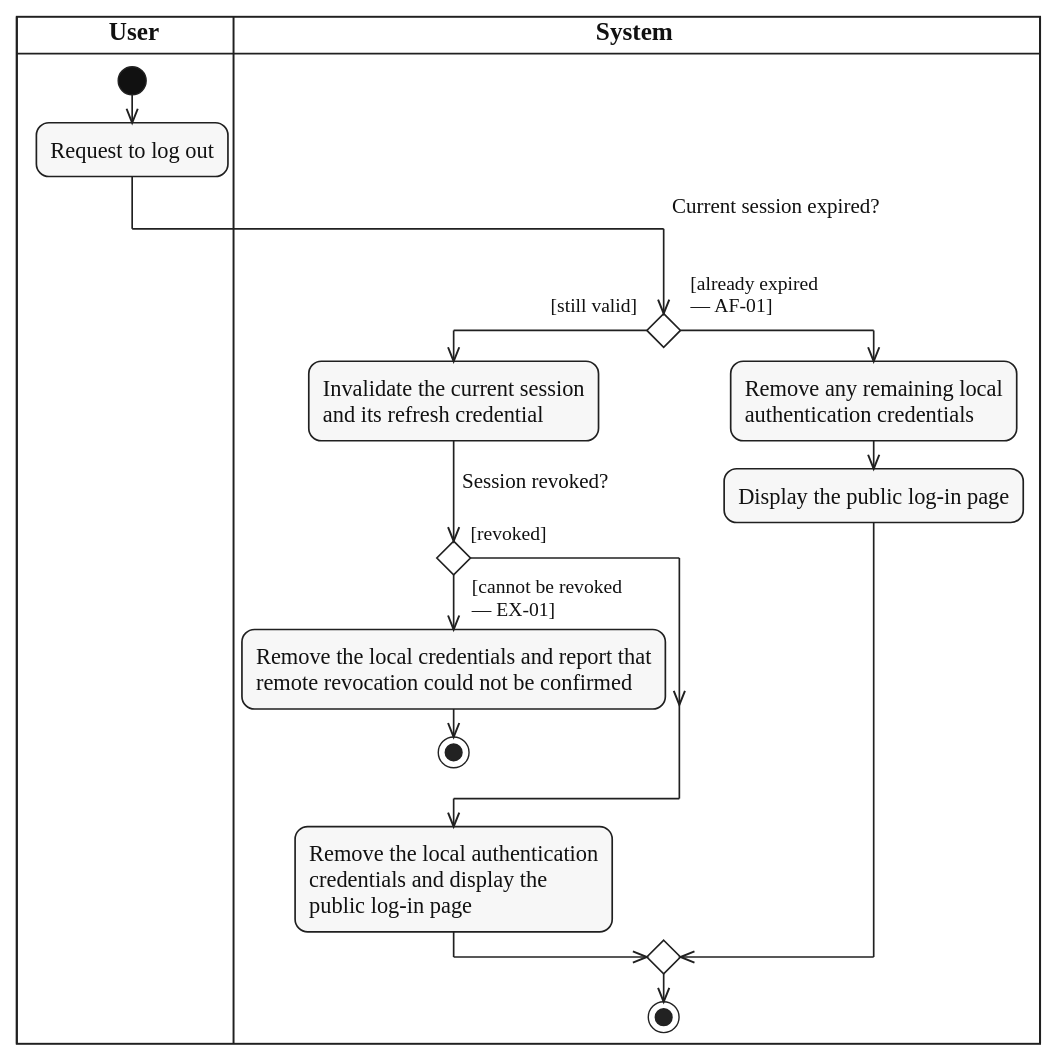
Before: diagrams/activity/account-authentication/svg/UC-SIGN-OUT.svg, a diagram exported from PlantUML (lukenab/swd392-doc-automation). Its source is kept beside it as diagrams/activity/account-authentication/source/UC-SIGN-OUT.puml.
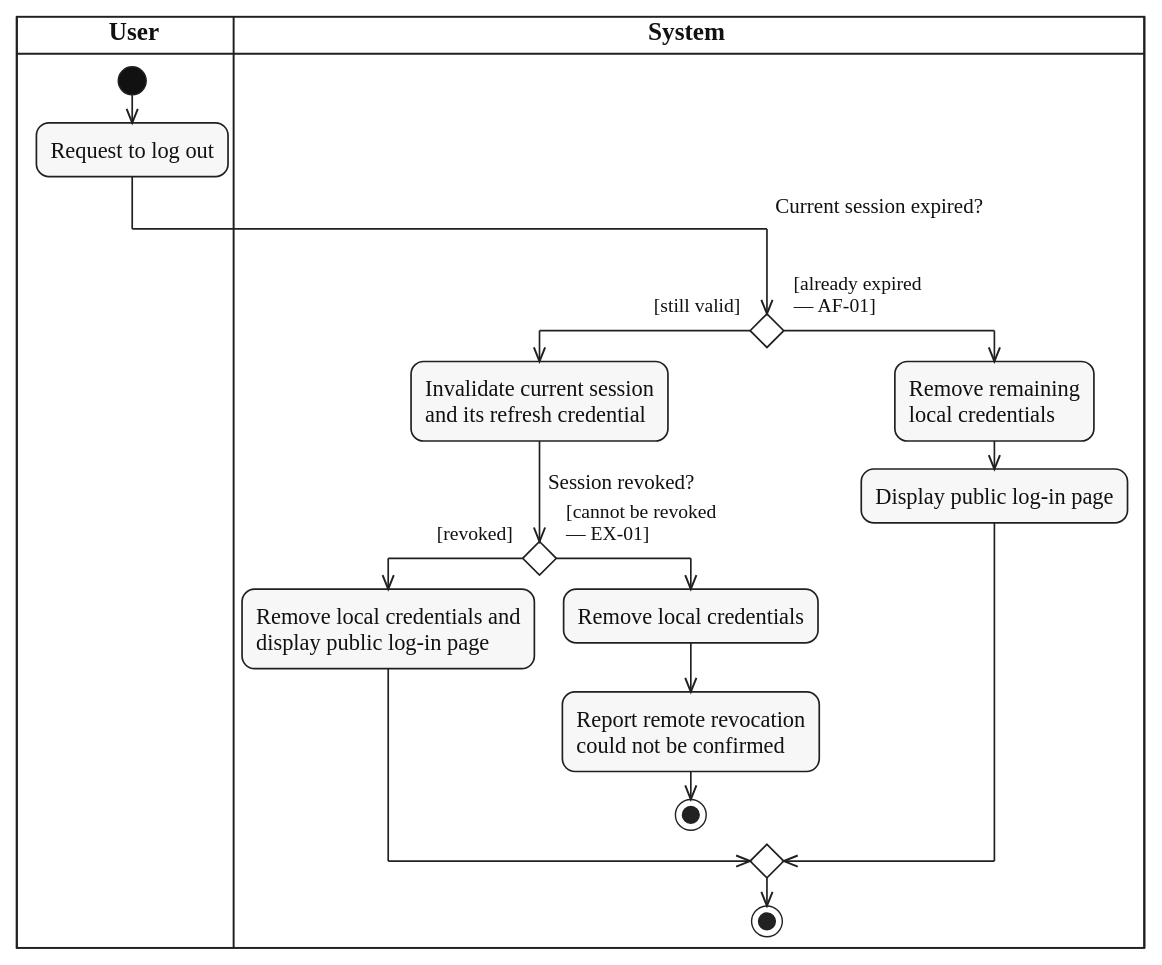
After the commit.

Change to the diagram source:
```diff
@@ -9,21 +9,21 @@
 :Request to log out;
 |SYS|
 if ($question_x("Current session expired?")) then ($guard_left("[still valid]"))
-  :Invalidate the current session
+  :Invalidate current session
   and its refresh credential;
   if ($question("Session revoked?")) then ($guard_left("[revoked]"))
+    :Remove local credentials and
+    display public log-in page;
   else ($guard_right("[cannot be revoked", "— EX-01]"))
-    :Remove the local credentials and report that
-    remote revocation could not be confirmed;
+    :Remove local credentials;
+    :Report remote revocation
+    could not be confirmed;
     stop
   endif
-  :Remove the local authentication
-  credentials and display the
-  public log-in page;
 else ($guard_right("[already expired", "— AF-01]"))
-  :Remove any remaining local
-  authentication credentials;
-  :Display the public log-in page;
+  :Remove remaining
+  local credentials;
+  :Display public log-in page;
 endif
 stop
 @enduml
```
